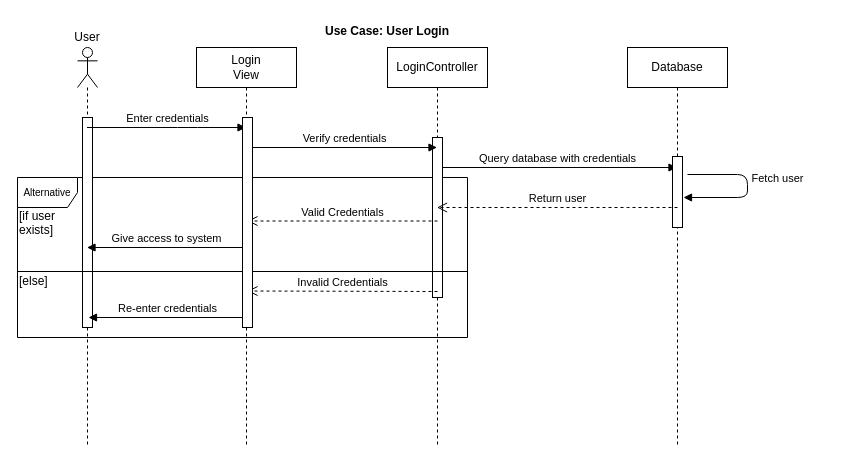
Earlier version of the draw.io diagram page "Login" (1 of 10) of SequenceDiagrams.drawio (ryan-holt/ENSF480FinalProject). Source tidied: cells renumbered, new cells numbered last; positions are measured from the earlier drawing's top-left corner, leaving out a move shared by most shapes. Both pictures are drawn from the tidied source at 100%, with x=0, y=0 at pixel (17, 17).
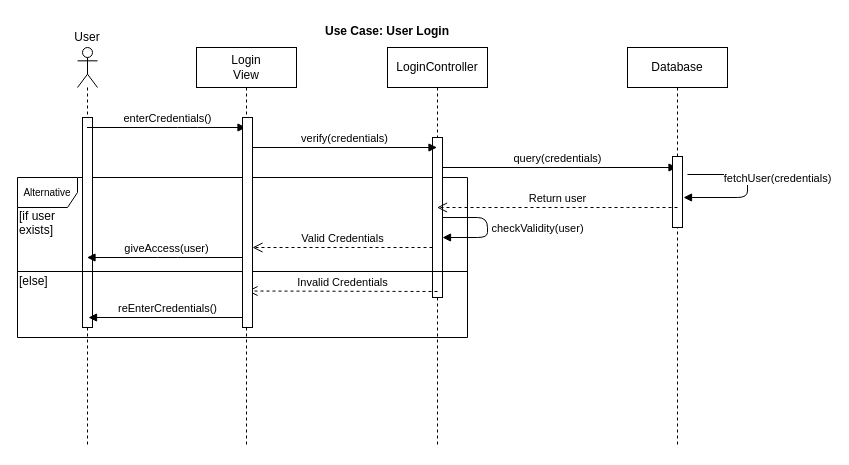
Above is the later version.

The change refers to these unchanged cells:
```xml
<mxCell id="3" style="shape=umlLifeline;participant=umlActor;perimeter=lifelinePerimeter;whiteSpace=wrap;html=1;verticalAlign=top;spacingTop=36;labelBackgroundColor=#ffffff;outlineConnect=0;" parent="1" vertex="1">
  <mxGeometry x="60" y="30" width="20" height="400" as="geometry" />
</mxCell>
<mxCell id="5" value="LoginController" style="shape=umlLifeline;perimeter=lifelinePerimeter;whiteSpace=wrap;html=1;outlineConnect=0;" parent="1" vertex="1">
  <mxGeometry x="370" y="30" width="100" height="400" as="geometry" />
</mxCell>
<mxCell id="7" style="html=1;points=[];perimeter=orthogonalPerimeter;" parent="5" vertex="1">
  <mxGeometry x="45" y="90" width="10" height="160" as="geometry" />
</mxCell>
<mxCell id="8" value="Database" style="shape=umlLifeline;perimeter=lifelinePerimeter;whiteSpace=wrap;html=1;outlineConnect=0;" parent="1" vertex="1">
  <mxGeometry x="610" y="30" width="100" height="400" as="geometry" />
</mxCell>
<mxCell id="10" value="Login&lt;br&gt;View" style="shape=umlLifeline;perimeter=lifelinePerimeter;whiteSpace=wrap;html=1;outlineConnect=0;" parent="1" vertex="1">
  <mxGeometry x="179" y="30" width="100" height="400" as="geometry" />
</mxCell>
<mxCell id="22" style="html=1;points=[];perimeter=orthogonalPerimeter;" parent="1" vertex="1">
  <mxGeometry x="225" y="100" width="10" height="210" as="geometry" />
</mxCell>
```

Diff of the diagram source:
```diff
@@
-    <mxCell id="6" value="Query database with credentials" style="html=1;verticalAlign=bottom;endArrow=block;" parent="5" edge="1" target="8">
+    <mxCell id="6" value="query(credentials)" style="html=1;verticalAlign=bottom;endArrow=block;" parent="5" edge="1" target="8">
       <mxGeometry relative="1" as="geometry">
         <mxPoint x="50" y="120" as="sourcePoint" />
       </mxGeometry>
     </mxCell>
@@
+    <mxCell id="25" value="checkValidity(user)" style="html=1;verticalAlign=bottom;endArrow=block;" parent="5" edge="1" source="7" target="7">
+      <mxGeometry x="0.18" y="-50" relative="1" as="geometry">
+        <Array as="points">
+          <mxPoint x="100" y="170" />
+          <mxPoint x="100" y="190" />
+        </Array>
+        <mxPoint x="50" y="50" as="offset" />
+      </mxGeometry>
+    </mxCell>
@@
-    <mxCell id="11" value="Verify credentials" style="html=1;verticalAlign=bottom;endArrow=block;" parent="10" edge="1" target="5">
+    <mxCell id="11" value="verify(credentials)" style="html=1;verticalAlign=bottom;endArrow=block;" parent="10" edge="1" target="5">
       <mxGeometry relative="1" as="geometry">
         <mxPoint x="55" y="100" as="sourcePoint" />
       </mxGeometry>
     </mxCell>
-    <mxCell id="12" value="Enter credentials" style="html=1;verticalAlign=bottom;endArrow=block;" parent="1" edge="1" source="3" target="10">
+    <mxCell id="12" value="enterCredentials()" style="html=1;verticalAlign=bottom;endArrow=block;" parent="1" edge="1" source="3" target="10">
       <mxGeometry relative="1" as="geometry">
         <Array as="points">
           <mxPoint x="170" y="110" />
         </Array>
       </mxGeometry>
     </mxCell>
@@
-    <mxCell id="17" value="Valid Credentials" style="html=1;verticalAlign=bottom;endArrow=open;dashed=1;endSize=8;" parent="1" edge="1">
+    <mxCell id="17" value="Valid Credentials" style="html=1;verticalAlign=bottom;endArrow=open;dashed=1;endSize=8;" parent="1" edge="1" source="7" target="22">
       <mxGeometry relative="1" as="geometry">
-        <mxPoint x="420" y="203.5" as="sourcePoint" />
-        <mxPoint x="230" y="203.5" as="targetPoint" />
+        <Array as="points">
+          <mxPoint x="330" y="230" />
+        </Array>
       </mxGeometry>
     </mxCell>
@@
-    <mxCell id="19" value="Give access to system" style="html=1;verticalAlign=bottom;endArrow=block;" parent="1" edge="1" source="10" target="3">
-      <mxGeometry relative="1" as="geometry" />
+    <mxCell id="19" value="giveAccess(user)" style="html=1;verticalAlign=bottom;endArrow=block;" parent="1" edge="1" source="10" target="3">
+      <mxGeometry relative="1" as="geometry">
+        <Array as="points">
+          <mxPoint x="150" y="240" />
+        </Array>
+      </mxGeometry>
     </mxCell>
-    <mxCell id="20" value="Re-enter credentials" style="html=1;verticalAlign=bottom;endArrow=block;" parent="1" edge="1">
+    <mxCell id="20" value="reEnterCredentials()" style="html=1;verticalAlign=bottom;endArrow=block;" parent="1" edge="1">
       <mxGeometry relative="1" as="geometry">
         <mxPoint x="230" y="300" as="sourcePoint" />
         <mxPoint x="71" y="300" as="targetPoint" />
       </mxGeometry>
     </mxCell>
@@
-    <mxCell id="23" value="Fetch user" style="html=1;verticalAlign=bottom;endArrow=block;" parent="1" edge="1">
+    <mxCell id="23" value="fetchUser(credentials)" style="html=1;verticalAlign=bottom;endArrow=block;" parent="1" edge="1">
       <mxGeometry x="0.13" y="-32" relative="1" as="geometry">
         <mxPoint x="670" y="157" as="sourcePoint" />
         <mxPoint x="666" y="180" as="targetPoint" />
         <Array as="points">
           <mxPoint x="730" y="157" />
           <mxPoint x="730" y="180" />
         </Array>
         <mxPoint x="30" y="22" as="offset" />
       </mxGeometry>
     </mxCell>
```
